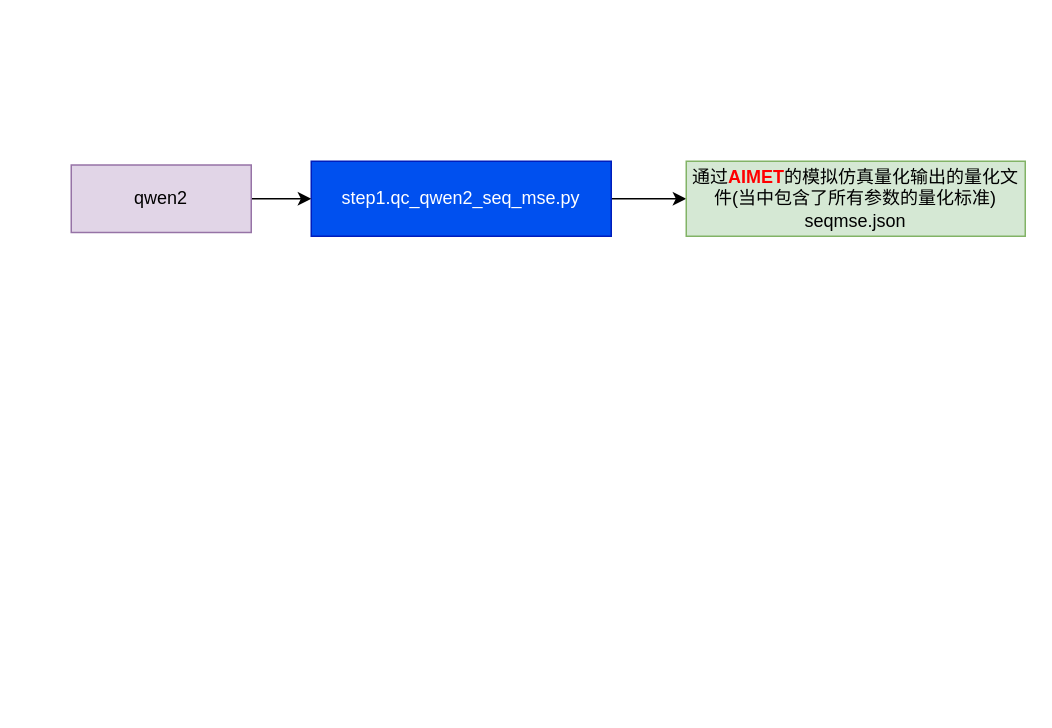
Before: LLM/mllm_hexagon_npu_convert_detail.drawio in mailonghua/drawio, a draw.io diagram. Source tidied: cells renumbered, new cells numbered last; positions are measured from the earlier drawing's top-left corner, leaving out a move shared by most shapes. Both pictures are drawn from the tidied source at 150%, with x=0, y=0 at pixel (70, 160).
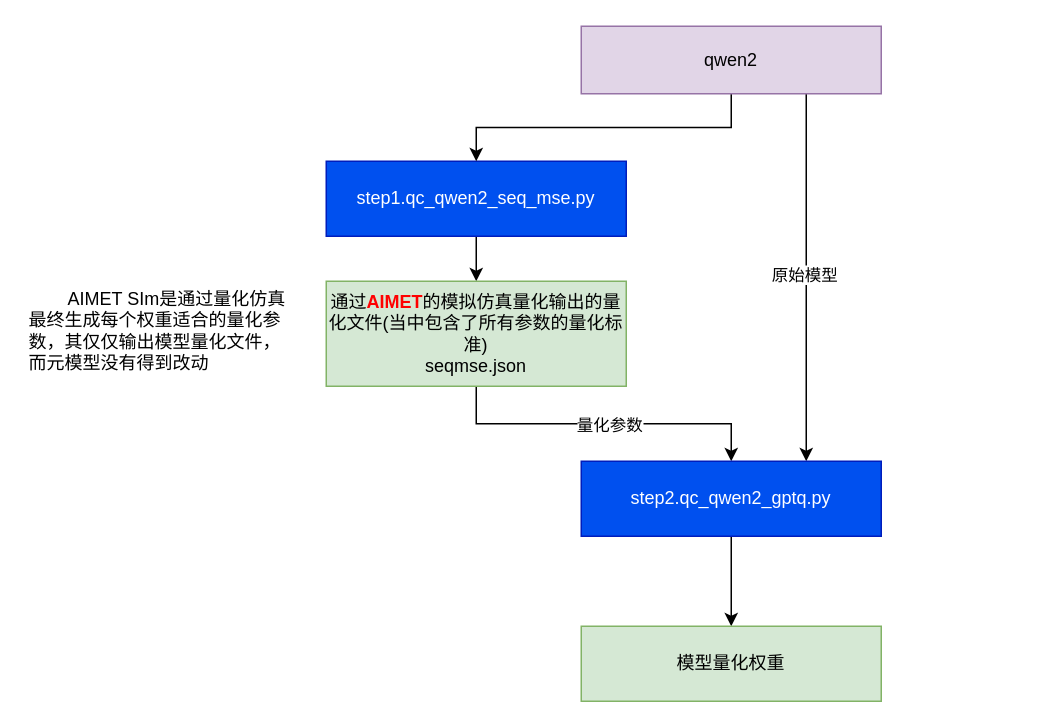
The same diagram, later.

What changed in the source:
```diff
@@
 <mxGraphModel>
   <root>
     <mxCell id="0" />
     <mxCell id="1" parent="0" />
     <mxCell id="2" style="edgeStyle=orthogonalEdgeStyle;rounded=0;jettySize=auto;html=1;" parent="1" edge="1" source="3" target="4">
       <mxGeometry relative="1" as="geometry" />
     </mxCell>
     <mxCell id="3" value="step1.qc_qwen2_seq_mse.py" style="rounded=0;whiteSpace=wrap;html=1;fillColor=#0050ef;fontColor=#ffffff;strokeColor=#001DBC;" parent="1" vertex="1">
-      <mxGeometry x="160" width="200" height="50" as="geometry" />
+      <mxGeometry x="170" width="200" height="50" as="geometry" />
     </mxCell>
+    <mxCell id="7" style="edgeStyle=orthogonalEdgeStyle;rounded=0;jettySize=auto;html=1;exitX=0.5;exitY=1;exitDx=0;exitDy=0;entryX=0.5;entryY=0;entryDx=0;entryDy=0;" parent="1" edge="1" source="4" target="12">
+      <mxGeometry relative="1" as="geometry" />
+    </mxCell>
+    <mxCell id="8" value="量化参数" style="edgeLabel;html=1;align=center;verticalAlign=middle;" parent="7" vertex="1">
+      <mxGeometry x="0.03" relative="1" as="geometry" />
+    </mxCell>
     <mxCell id="4" value="通过&lt;b&gt;&lt;font style=&quot;color: rgb(255, 0, 0);&quot;&gt;AIMET&lt;/font&gt;&lt;/b&gt;的模拟仿真量化输出的量化文件(当中包含了所有参数的量化标准)&lt;br&gt;seqmse.json" style="rounded=0;whiteSpace=wrap;html=1;fillColor=#d5e8d4;strokeColor=#82b366;" parent="1" vertex="1">
-      <mxGeometry x="410" width="226" height="50" as="geometry" />
+      <mxGeometry x="170" y="80" width="200" height="70" as="geometry" />
     </mxCell>
-    <mxCell id="5" style="edgeStyle=orthogonalEdgeStyle;rounded=0;jettySize=auto;html=1;exitX=1;exitY=0.5;exitDx=0;exitDy=0;entryX=0;entryY=0.5;entryDx=0;entryDy=0;" parent="1" edge="1" source="6" target="3">
+    <mxCell id="5" style="edgeStyle=orthogonalEdgeStyle;rounded=0;jettySize=auto;html=1;exitX=0.5;exitY=1;exitDx=0;exitDy=0;entryX=0.5;entryY=0;entryDx=0;entryDy=0;" parent="1" edge="1" source="6" target="3">
       <mxGeometry relative="1" as="geometry" />
     </mxCell>
+    <mxCell id="9" style="edgeStyle=orthogonalEdgeStyle;rounded=0;jettySize=auto;html=1;exitX=0.75;exitY=1;exitDx=0;exitDy=0;entryX=0.75;entryY=0;entryDx=0;entryDy=0;" parent="1" edge="1" source="6" target="12">
+      <mxGeometry relative="1" as="geometry" />
+    </mxCell>
+    <mxCell id="10" value="原始模型" style="edgeLabel;html=1;align=center;verticalAlign=middle;" parent="9" vertex="1">
+      <mxGeometry x="-0.02" y="-2" relative="1" as="geometry" />
+    </mxCell>
     <mxCell id="6" value="qwen2" style="rounded=0;whiteSpace=wrap;html=1;fillColor=#e1d5e7;strokeColor=#9673a6;" parent="1" vertex="1">
-      <mxGeometry y="2.5" width="120" height="45" as="geometry" />
+      <mxGeometry x="340" y="-90" width="200" height="45" as="geometry" />
     </mxCell>
+    <mxCell id="11" style="edgeStyle=orthogonalEdgeStyle;rounded=0;jettySize=auto;html=1;" parent="1" edge="1" source="12" target="13">
+      <mxGeometry relative="1" as="geometry" />
+    </mxCell>
+    <mxCell id="12" value="step2.qc_qwen2_gptq.py" style="rounded=0;whiteSpace=wrap;html=1;fillColor=#0050ef;fontColor=#ffffff;strokeColor=#001DBC;" parent="1" vertex="1">
+      <mxGeometry x="340" y="200" width="200" height="50" as="geometry" />
+    </mxCell>
+    <mxCell id="13" value="模型量化权重" style="rounded=0;whiteSpace=wrap;html=1;fillColor=#d5e8d4;strokeColor=#82b366;" parent="1" vertex="1">
+      <mxGeometry x="340" y="310" width="200" height="50" as="geometry" />
+    </mxCell>
+    <mxCell id="14" value="&amp;nbsp; &amp;nbsp; &amp;nbsp; &amp;nbsp; AIMET SIm是通过量化仿真最终生成每个权重适合的量化参数，其仅仅输出模型量化文件，而元模型没有得到改动" style="text;strokeColor=none;align=left;fillColor=none;html=1;verticalAlign=middle;whiteSpace=wrap;rounded=0;" parent="1" vertex="1">
+      <mxGeometry x="-30" y="80" width="180" height="65" as="geometry" />
+    </mxCell>
   </root>
 </mxGraphModel>
```
